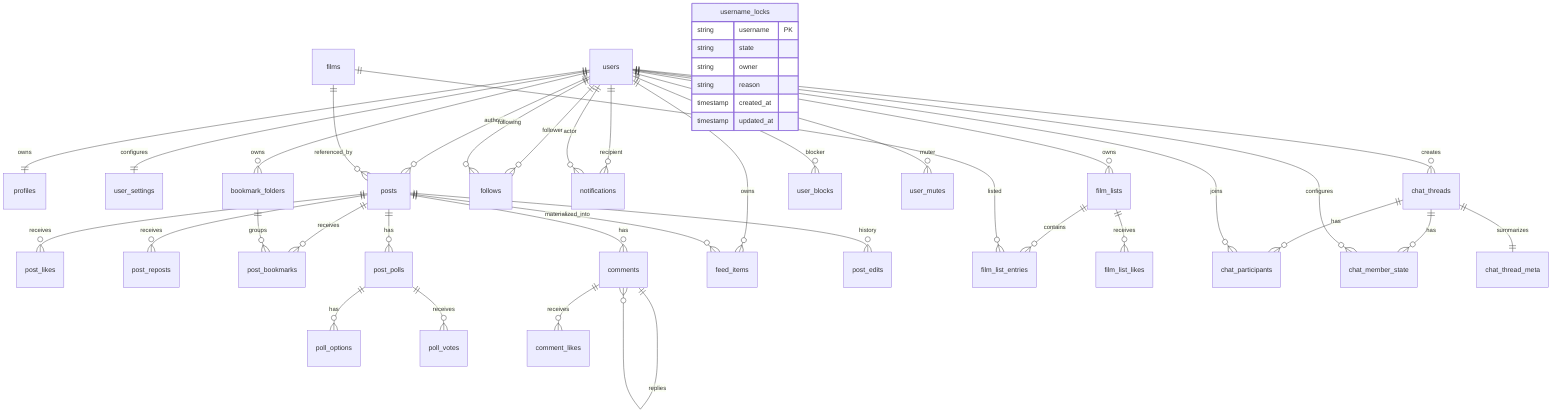
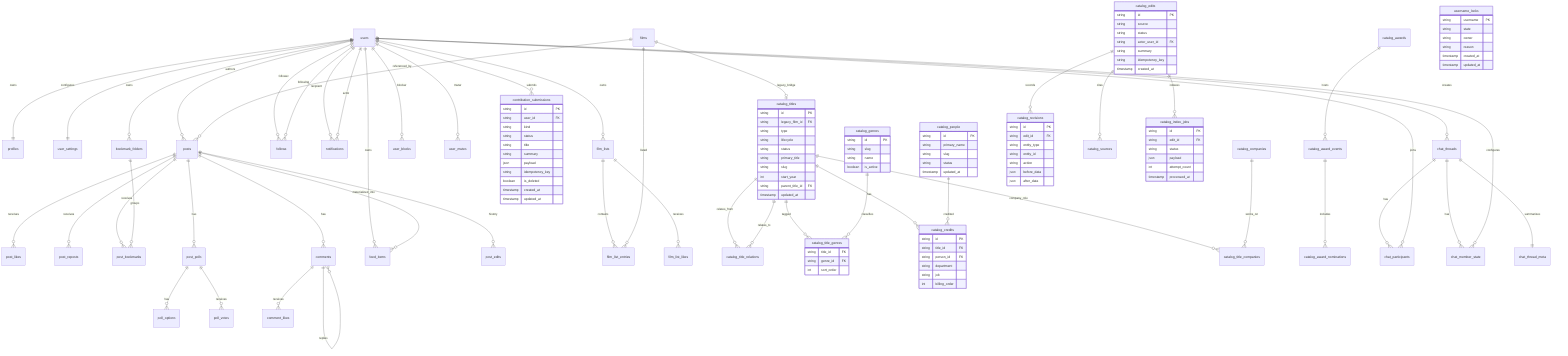
erDiagram
  users ||--|| profiles : owns
  users ||--|| user_settings : configures
  users ||--o{ posts : authors
  films ||--o{ posts : referenced_by
  posts ||--o{ post_likes : receives
  posts ||--o{ post_reposts : receives
  posts ||--o{ post_bookmarks : receives
  users ||--o{ bookmark_folders : owns
  bookmark_folders ||--o{ post_bookmarks : groups
  posts ||--o{ post_polls : has
  post_polls ||--o{ poll_options : has
  post_polls ||--o{ poll_votes : receives
  posts ||--o{ comments : has
  comments ||--o{ comments : replies
  comments ||--o{ comment_likes : receives
  users ||--o{ follows : follower
  users ||--o{ follows : following
  users ||--o{ notifications : recipient
  users ||--o{ notifications : actor
  users ||--o{ feed_items : owns
  posts ||--o{ feed_items : materialized_into
  posts ||--o{ post_edits : history
  users ||--o{ film_lists : owns
  film_lists ||--o{ film_list_entries : contains
  films ||--o{ film_list_entries : listed
  film_lists ||--o{ film_list_likes : receives
  users ||--o{ user_blocks : blocker
  users ||--o{ user_mutes : muter
+   users ||--o{ contribution_submissions : submits
+   films ||--o| catalog_titles : legacy_bridge
+   catalog_titles ||--o{ catalog_title_relations : relates_from
+   catalog_titles ||--o{ catalog_title_relations : relates_to
+   catalog_titles ||--o{ catalog_title_genres : tagged
+   catalog_genres ||--o{ catalog_title_genres : classifies
+   catalog_titles ||--o{ catalog_credits : has
+   catalog_people ||--o{ catalog_credits : credited
+   catalog_titles ||--o{ catalog_title_companies : company_role
+   catalog_companies ||--o{ catalog_title_companies : works_on
+   catalog_awards ||--o{ catalog_award_events : hosts
+   catalog_award_events ||--o{ catalog_award_nominations : includes
+   catalog_edits ||--o{ catalog_revisions : records
+   catalog_edits ||--o{ catalog_sources : cites
+   catalog_edits ||--o{ catalog_index_jobs : indexes
  users ||--o{ chat_threads : creates
  chat_threads ||--o{ chat_participants : has
  users ||--o{ chat_participants : joins
  chat_threads ||--o{ chat_member_state : has
  users ||--o{ chat_member_state : configures
  chat_threads ||--|| chat_thread_meta : summarizes
  username_locks {
    string username PK
    string state
    string owner
    string reason
    timestamp created_at
    timestamp updated_at
  }
+   contribution_submissions {
+     string id PK
+     string user_id FK
+     string kind
+     string status
+     string title
+     string summary
+     json payload
+     string idempotency_key
+     boolean is_deleted
+     timestamp created_at
+     timestamp updated_at
+   }
+   catalog_titles {
+     string id PK
+     string legacy_film_id FK
+     string type
+     string lifecycle
+     string status
+     string primary_title
+     string slug
+     int start_year
+     string parent_title_id FK
+     timestamp updated_at
+   }
+   catalog_people {
+     string id PK
+     string primary_name
+     string slug
+     string status
+     timestamp updated_at
+   }
+   catalog_credits {
+     string id PK
+     string title_id FK
+     string person_id FK
+     string department
+     string job
+     int billing_order
+   }
+   catalog_genres {
+     string id PK
+     string slug
+     string name
+     boolean is_active
+   }
+   catalog_title_genres {
+     string title_id FK
+     string genre_id FK
+     int sort_order
+   }
+   catalog_edits {
+     string id PK
+     string source
+     string status
+     string actor_user_id FK
+     string summary
+     string idempotency_key
+     timestamp created_at
+   }
+   catalog_revisions {
+     string id PK
+     string edit_id FK
+     string entity_type
+     string entity_id
+     string action
+     json before_data
+     json after_data
+   }
+   catalog_index_jobs {
+     string id PK
+     string edit_id FK
+     string status
+     json payload
+     int attempt_count
+     timestamp processed_at
+   }
